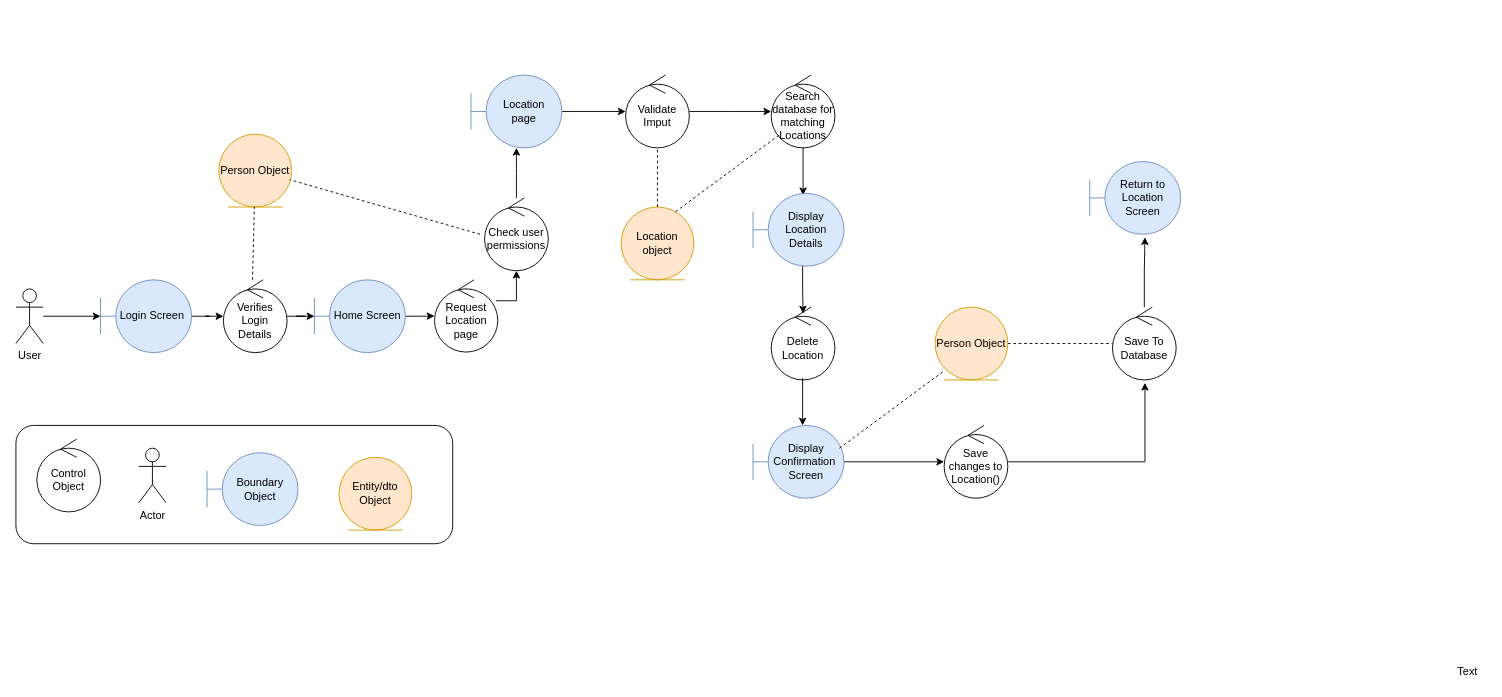
Before: Robustness/Delete Location Robustness.drawio in mattdear/circle-lab-project, a draw.io diagram. Source tidied: cells renumbered, new cells numbered last; positions are measured from the earlier drawing's top-left corner, leaving out a move shared by most shapes. Both pictures are drawn from the tidied source at 91%, with x=0, y=0 at pixel (15, 75).
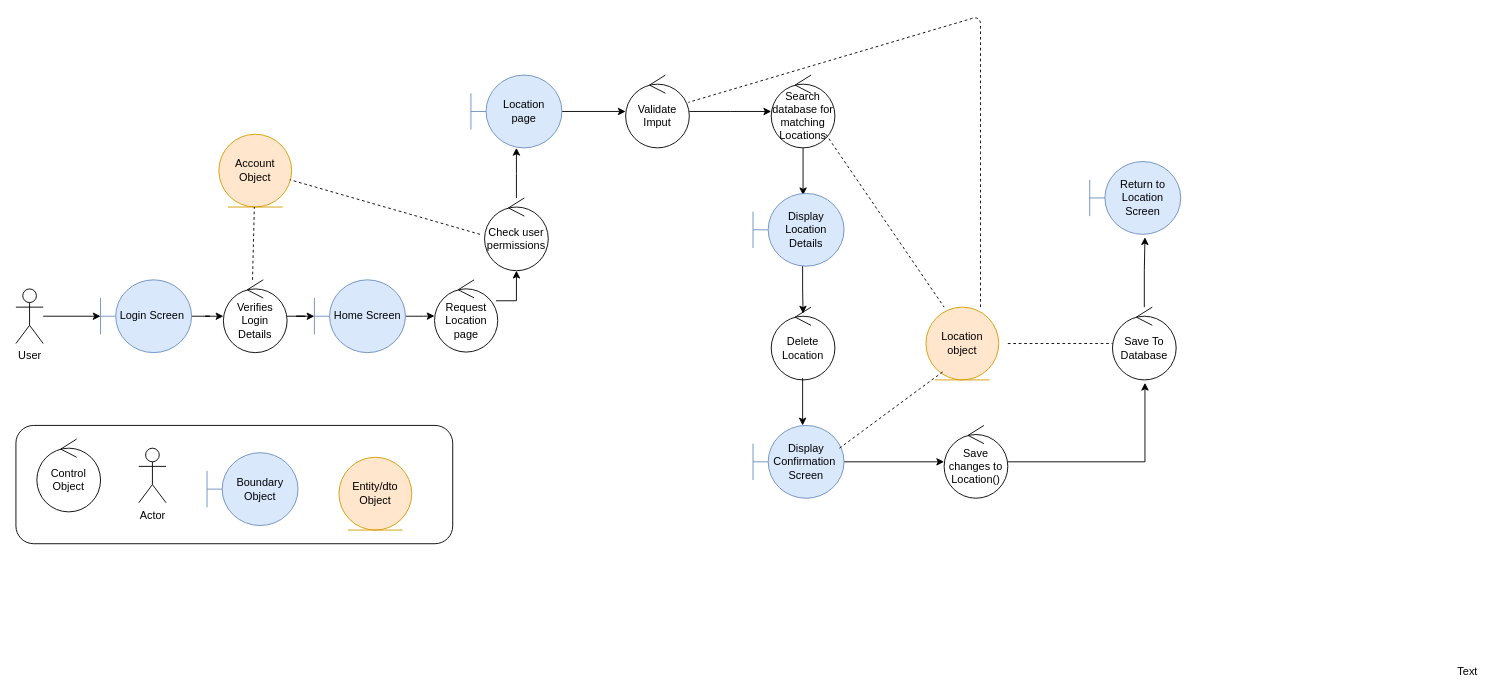
Above is the later version.

Unchanged cells that the change refers to:
```xml
<mxCell id="23" value="Validate Imput" style="ellipse;shape=umlControl;whiteSpace=wrap;html=1;" parent="1" vertex="1">
  <mxGeometry x="670" width="70" height="80" as="geometry" />
</mxCell>
<mxCell id="42" value="Save To Database" style="ellipse;shape=umlControl;whiteSpace=wrap;html=1;" parent="1" vertex="1">
  <mxGeometry x="1205" y="255" width="70" height="80" as="geometry" />
</mxCell>
```

Change to the diagram source:
```diff
@@
     <mxCell id="19" value="Location object" style="ellipse;shape=umlEntity;whiteSpace=wrap;html=1;fillColor=#ffe6cc;strokeColor=#d79b00;" parent="1" vertex="1">
-      <mxGeometry x="665" y="145" width="80" height="80" as="geometry" />
+      <mxGeometry x="1000" y="255" width="80" height="80" as="geometry" />
     </mxCell>
@@
-    <mxCell id="24" style="endArrow=none;dashed=1;html=1;exitX=0.5;exitY=0;exitDx=0;exitDy=0;" parent="1" edge="1" source="19" target="23">
-      <mxGeometry relative="1" as="geometry" />
+    <mxCell id="24" style="endArrow=none;dashed=1;html=1;" parent="1" edge="1" target="23">
+      <mxGeometry relative="1" as="geometry">
+        <mxPoint x="1060" y="255" as="sourcePoint" />
+        <Array as="points">
+          <mxPoint x="1060" y="95" />
+          <mxPoint x="1060" y="-65" />
+        </Array>
+      </mxGeometry>
     </mxCell>
-    <mxCell id="25" value="Person Object" style="ellipse;shape=umlEntity;whiteSpace=wrap;html=1;fillColor=#ffe6cc;strokeColor=#d79b00;" parent="1" vertex="1">
+    <mxCell id="25" value="Account Object" style="ellipse;shape=umlEntity;whiteSpace=wrap;html=1;fillColor=#ffe6cc;strokeColor=#d79b00;" parent="1" vertex="1">
       <mxGeometry x="223" y="65" width="80" height="80" as="geometry" />
     </mxCell>
@@
-    <mxCell id="35" style="endArrow=none;dashed=1;html=1;exitX=0.75;exitY=0.063;exitDx=0;exitDy=0;exitPerimeter=0;" parent="1" edge="1" source="19">
-      <mxGeometry relative="1" as="geometry">
-        <mxPoint x="840" y="65" as="targetPoint" />
-        <Array as="points">
-          <mxPoint x="840" y="65" />
-        </Array>
-      </mxGeometry>
-    </mxCell>
@@
-    <mxCell id="39" value="Person Object" style="ellipse;shape=umlEntity;whiteSpace=wrap;html=1;fillColor=#ffe6cc;strokeColor=#d79b00;" parent="1" vertex="1">
-      <mxGeometry x="1010" y="255" width="80" height="80" as="geometry" />
-    </mxCell>
@@
-    <mxCell id="43" style="endArrow=none;dashed=1;html=1;exitX=1;exitY=0.5;exitDx=0;exitDy=0;" parent="1" edge="1" source="39" target="42">
-      <mxGeometry relative="1" as="geometry" />
+    <mxCell id="43" style="endArrow=none;dashed=1;html=1;exitX=1;exitY=0.5;exitDx=0;exitDy=0;" parent="1" edge="1" target="42">
+      <mxGeometry relative="1" as="geometry">
+        <mxPoint x="1090" y="295" as="sourcePoint" />
+      </mxGeometry>
     </mxCell>
@@
+    <mxCell id="46" style="endArrow=none;dashed=1;html=1;entryX=0.25;entryY=0;entryDx=0;entryDy=0;entryPerimeter=0;" parent="1" edge="1" target="19">
+      <mxGeometry relative="1" as="geometry">
+        <mxPoint x="890" y="65" as="sourcePoint" />
+        <Array as="points">
+          <mxPoint x="890" y="65" />
+        </Array>
+      </mxGeometry>
+    </mxCell>
```
